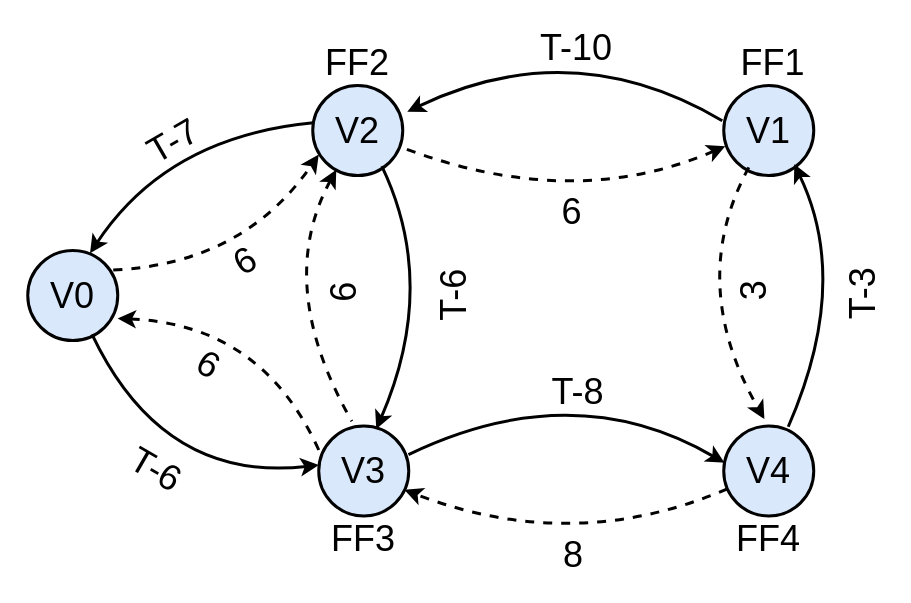
The draw.io diagram TimingConstraintGraph.drawio in kxzhu0505/Delay-Padding-For-Multi-corner, before the edit. Source tidied: cells renumbered, new cells numbered last; positions are measured from the earlier drawing's top-left corner, leaving out a move shared by most shapes. Both pictures are drawn from the tidied source at 150%, with x=0, y=0 at pixel (27, 26).
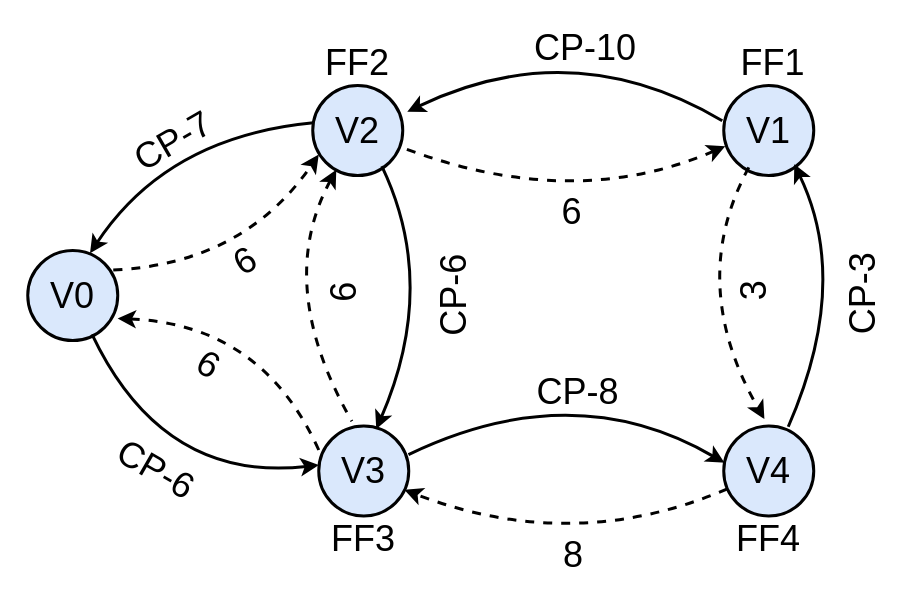
Above is the later version.

The edit, as a diff of the source:
```diff
@@
-    <mxCell id="17" value="&lt;span style=&quot;font-size: 24px;&quot;&gt;&lt;span&gt;T-7&lt;/span&gt;&lt;/span&gt;" style="text;html=1;strokeColor=none;fillColor=none;align=center;verticalAlign=middle;whiteSpace=wrap;rounded=0;shadow=0;fontFamily=Helvetica;fontStyle=0;rotation=-30;" parent="1" vertex="1">
+    <mxCell id="17" value="&lt;span style=&quot;font-size: 24px;&quot;&gt;&lt;span&gt;CP-7&lt;/span&gt;&lt;/span&gt;" style="text;html=1;strokeColor=none;fillColor=none;align=center;verticalAlign=middle;whiteSpace=wrap;rounded=0;shadow=0;fontFamily=Helvetica;fontStyle=0;rotation=-30;" parent="1" vertex="1">
       <mxGeometry x="67" y="61.5" width="60" height="30" as="geometry" />
     </mxCell>
@@
-    <mxCell id="20" value="&lt;span style=&quot;font-size: 24px;&quot;&gt;T-6&lt;/span&gt;" style="text;html=1;strokeColor=none;fillColor=none;align=center;verticalAlign=middle;whiteSpace=wrap;rounded=0;rotation=30;shadow=0;fontFamily=Helvetica;fontStyle=0;" parent="1" vertex="1">
+    <mxCell id="20" value="&lt;span style=&quot;font-size: 24px;&quot;&gt;CP-6&lt;/span&gt;" style="text;html=1;strokeColor=none;fillColor=none;align=center;verticalAlign=middle;whiteSpace=wrap;rounded=0;rotation=30;shadow=0;fontFamily=Helvetica;fontStyle=0;" parent="1" vertex="1">
       <mxGeometry x="56" y="280.5" width="60" height="30" as="geometry" />
     </mxCell>
-    <mxCell id="21" value="&lt;span style=&quot;font-size: 24px;&quot;&gt;T-6&lt;/span&gt;" style="text;html=1;strokeColor=none;fillColor=none;align=center;verticalAlign=middle;whiteSpace=wrap;rounded=0;rotation=-90;shadow=0;fontFamily=Helvetica;fontStyle=0;" parent="1" vertex="1">
+    <mxCell id="21" value="&lt;span style=&quot;font-size: 24px;&quot;&gt;CP-6&lt;/span&gt;" style="text;html=1;strokeColor=none;fillColor=none;align=center;verticalAlign=middle;whiteSpace=wrap;rounded=0;rotation=-90;shadow=0;fontFamily=Helvetica;fontStyle=0;" parent="1" vertex="1">
       <mxGeometry x="254" y="164.5" width="60" height="30" as="geometry" />
     </mxCell>
@@
-    <mxCell id="23" value="&lt;span style=&quot;font-size: 24px;&quot;&gt;T-8&lt;/span&gt;" style="text;html=1;strokeColor=none;fillColor=none;align=center;verticalAlign=middle;whiteSpace=wrap;rounded=0;shadow=0;fontFamily=Helvetica;fontStyle=0;rotation=0;" parent="1" vertex="1">
+    <mxCell id="23" value="&lt;span style=&quot;font-size: 24px;&quot;&gt;CP-8&lt;/span&gt;" style="text;html=1;strokeColor=none;fillColor=none;align=center;verticalAlign=middle;whiteSpace=wrap;rounded=0;shadow=0;fontFamily=Helvetica;fontStyle=0;rotation=0;" parent="1" vertex="1">
       <mxGeometry x="337" y="228.5" width="60" height="30" as="geometry" />
     </mxCell>
@@
-    <mxCell id="29" value="&lt;span style=&quot;font-size: 24px;&quot;&gt;T-3&lt;/span&gt;" style="text;html=1;strokeColor=none;fillColor=none;align=center;verticalAlign=middle;whiteSpace=wrap;rounded=0;rotation=-90;shadow=0;fontFamily=Helvetica;fontStyle=0;" parent="1" vertex="1">
+    <mxCell id="29" value="&lt;span style=&quot;font-size: 24px;&quot;&gt;CP-3&lt;/span&gt;" style="text;html=1;strokeColor=none;fillColor=none;align=center;verticalAlign=middle;whiteSpace=wrap;rounded=0;rotation=-90;shadow=0;fontFamily=Helvetica;fontStyle=0;" parent="1" vertex="1">
       <mxGeometry x="527" y="163.5" width="60" height="30" as="geometry" />
     </mxCell>
@@
-    <mxCell id="33" value="&lt;span style=&quot;font-size: 24px;&quot;&gt;T-10&lt;/span&gt;" style="text;html=1;strokeColor=none;fillColor=none;align=center;verticalAlign=middle;whiteSpace=wrap;rounded=0;shadow=0;fontFamily=Helvetica;fontStyle=0;rotation=0;" parent="1" vertex="1">
-      <mxGeometry x="336" width="60" height="30" as="geometry" />
+    <mxCell id="33" value="&lt;span style=&quot;font-size: 24px;&quot;&gt;CP-10&lt;/span&gt;" style="text;html=1;strokeColor=none;fillColor=none;align=center;verticalAlign=middle;whiteSpace=wrap;rounded=0;shadow=0;fontFamily=Helvetica;fontStyle=0;rotation=0;" parent="1" vertex="1">
+      <mxGeometry x="336" width="72" height="30" as="geometry" />
     </mxCell>
```
